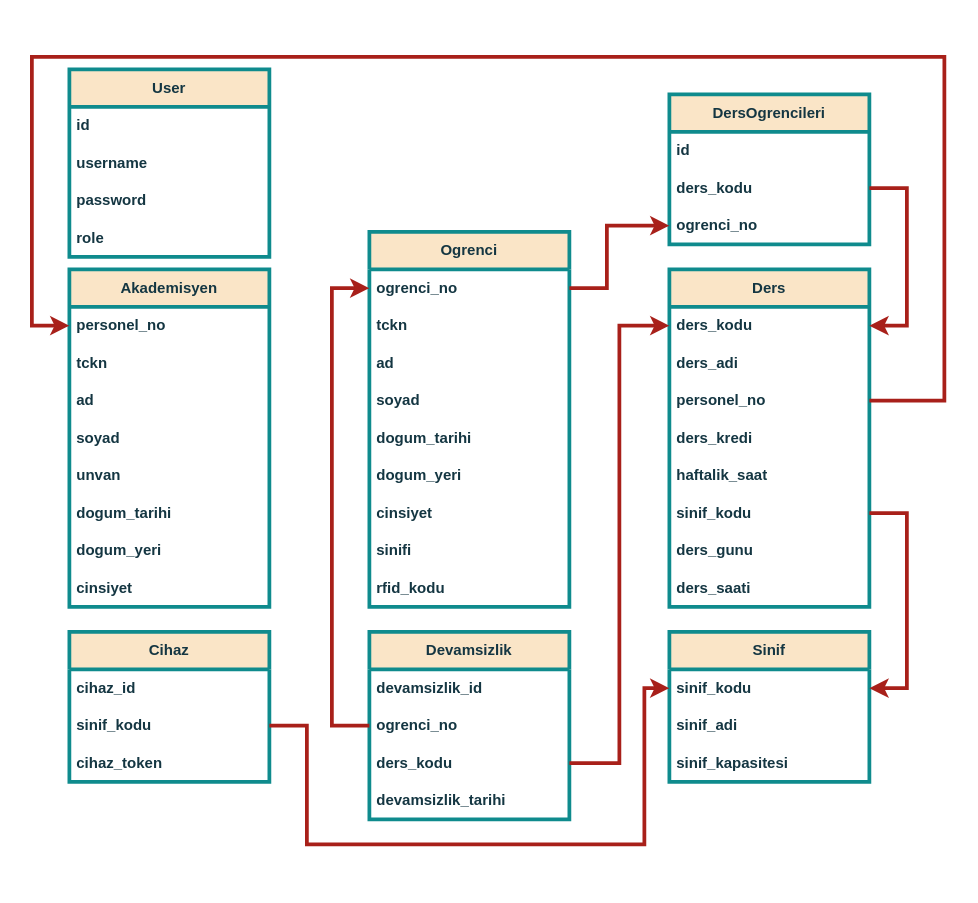
Before: web/yapilanlar/2_veritabanının oluşturulması/4_tasarim/veritabani_v7.drawio in azizcanhamas/iot-web-based-electronic-attendance-system, a draw.io diagram. Source tidied: cells renumbered, new cells numbered last; positions are measured from the earlier drawing's top-left corner, leaving out a move shared by most shapes. Both pictures are drawn from the tidied source at 125%, with x=0, y=0 at pixel (31, 56).
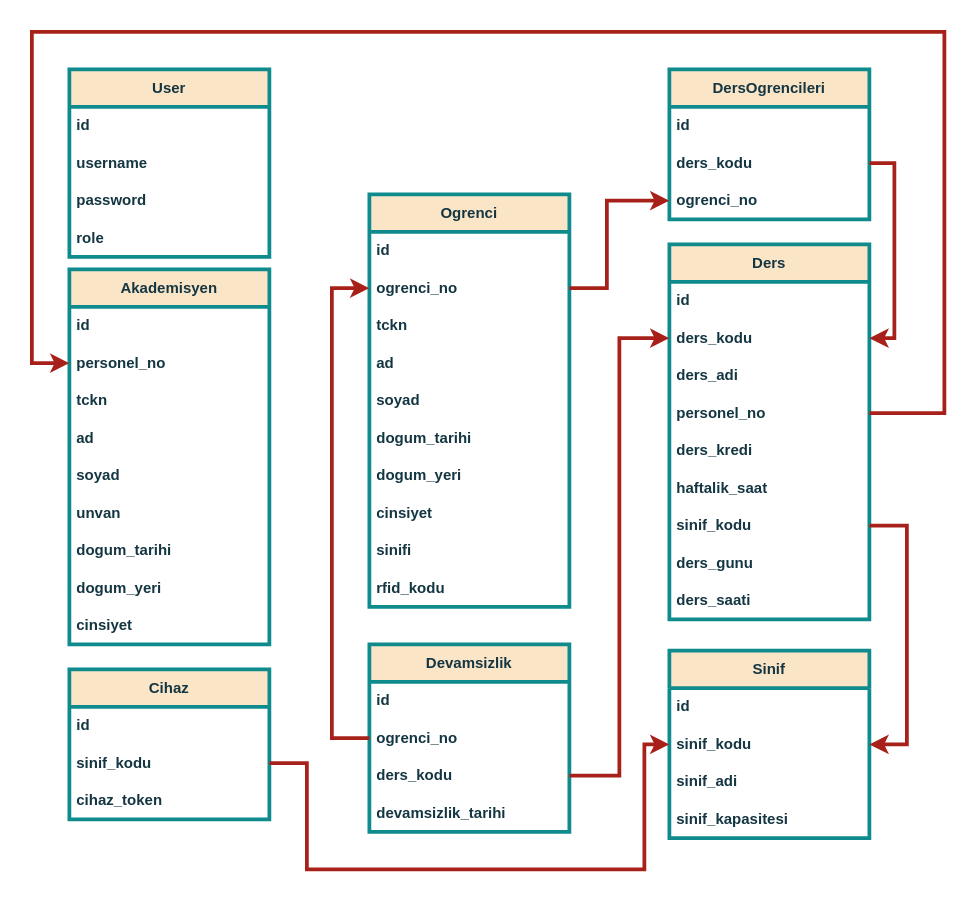
Above is the later version.

Unchanged cells that the change refers to:
```xml
<mxCell id="32" value="ogrenci_no" style="text;strokeColor=none;fillColor=none;align=left;verticalAlign=middle;spacingLeft=4;spacingRight=4;overflow=hidden;points=[[0,0.5],[1,0.5]];portConstraint=eastwest;whiteSpace=wrap;html=1;fontStyle=1;rounded=0;labelBackgroundColor=none;fontColor=#143642;strokeWidth=3;" parent="30" vertex="1">
  <mxGeometry y="60" width="160" height="30" as="geometry" />
</mxCell>
<mxCell id="33" value="ders_kodu" style="text;strokeColor=none;fillColor=none;align=left;verticalAlign=middle;spacingLeft=4;spacingRight=4;overflow=hidden;points=[[0,0.5],[1,0.5]];portConstraint=eastwest;whiteSpace=wrap;html=1;fontStyle=1;rounded=0;labelBackgroundColor=none;fontColor=#143642;strokeWidth=3;" parent="30" vertex="1">
  <mxGeometry y="90" width="160" height="30" as="geometry" />
</mxCell>
<mxCell id="41" value="sinif_kodu" style="text;strokeColor=none;fillColor=none;align=left;verticalAlign=middle;spacingLeft=4;spacingRight=4;overflow=hidden;points=[[0,0.5],[1,0.5]];portConstraint=eastwest;whiteSpace=wrap;html=1;fontStyle=1;rounded=0;labelBackgroundColor=none;fontColor=#143642;strokeWidth=3;" parent="39" vertex="1">
  <mxGeometry y="60" width="160" height="30" as="geometry" />
</mxCell>
<mxCell id="45" value="ders_kodu" style="text;strokeColor=none;fillColor=none;align=left;verticalAlign=middle;spacingLeft=4;spacingRight=4;overflow=hidden;points=[[0,0.5],[1,0.5]];portConstraint=eastwest;whiteSpace=wrap;html=1;fontStyle=1;rounded=0;labelBackgroundColor=none;fontColor=#143642;strokeWidth=3;" parent="43" vertex="1">
  <mxGeometry y="60" width="160" height="30" as="geometry" />
</mxCell>
<mxCell id="46" value="ogrenci_no" style="text;strokeColor=none;fillColor=none;align=left;verticalAlign=middle;spacingLeft=4;spacingRight=4;overflow=hidden;points=[[0,0.5],[1,0.5]];portConstraint=eastwest;whiteSpace=wrap;html=1;fontStyle=1;rounded=0;labelBackgroundColor=none;fontColor=#143642;strokeWidth=3;" parent="43" vertex="1">
  <mxGeometry y="90" width="160" height="30" as="geometry" />
</mxCell>
```

Diff of the diagram source:
```diff
@@
     <mxCell id="2" value="Akademisyen" style="swimlane;fontStyle=1;horizontal=1;startSize=30;whiteSpace=wrap;html=1;fillColor=#FAE5C7;strokeColor=#0F8B8D;rounded=0;labelBackgroundColor=none;fontColor=#143642;strokeWidth=3;" parent="1" vertex="1">
-      <mxGeometry x="30" y="170" width="160" height="270" as="geometry" />
+      <mxGeometry x="30" y="170" width="160" height="300" as="geometry" />
     </mxCell>
+    <mxCell id="59" value="id" style="text;strokeColor=none;fillColor=none;align=left;verticalAlign=middle;spacingLeft=4;spacingRight=4;overflow=hidden;whiteSpace=wrap;html=1;fontStyle=1;rounded=0;labelBackgroundColor=none;fontColor=#143642;strokeWidth=3;" parent="2" vertex="1">
+      <mxGeometry y="30" width="160" height="30" as="geometry" />
+    </mxCell>
     <mxCell id="3" value="personel_no" style="text;strokeColor=none;fillColor=none;align=left;verticalAlign=middle;spacingLeft=4;spacingRight=4;overflow=hidden;points=[[0,0.5],[1,0.5]];portConstraint=eastwest;whiteSpace=wrap;html=1;fontStyle=1;rounded=0;labelBackgroundColor=none;fontColor=#143642;strokeWidth=3;" parent="2" vertex="1">
-      <mxGeometry y="30" width="160" height="30" as="geometry" />
+      <mxGeometry y="60" width="160" height="30" as="geometry" />
     </mxCell>
     <mxCell id="4" value="tckn" style="text;strokeColor=none;fillColor=none;align=left;verticalAlign=middle;spacingLeft=4;spacingRight=4;overflow=hidden;whiteSpace=wrap;html=1;fontStyle=1;rounded=0;labelBackgroundColor=none;fontColor=#143642;strokeWidth=3;" parent="2" vertex="1">
-      <mxGeometry y="60" width="160" height="30" as="geometry" />
+      <mxGeometry y="90" width="160" height="30" as="geometry" />
     </mxCell>
     <mxCell id="5" value="ad" style="text;strokeColor=none;fillColor=none;align=left;verticalAlign=middle;spacingLeft=4;spacingRight=4;overflow=hidden;whiteSpace=wrap;html=1;fontStyle=1;rounded=0;labelBackgroundColor=none;fontColor=#143642;strokeWidth=3;" parent="2" vertex="1">
-      <mxGeometry y="90" width="160" height="30" as="geometry" />
+      <mxGeometry y="120" width="160" height="30" as="geometry" />
     </mxCell>
     <mxCell id="6" value="soyad" style="text;strokeColor=none;fillColor=none;align=left;verticalAlign=middle;spacingLeft=4;spacingRight=4;overflow=hidden;whiteSpace=wrap;html=1;fontStyle=1;rounded=0;labelBackgroundColor=none;fontColor=#143642;strokeWidth=3;" parent="2" vertex="1">
-      <mxGeometry y="120" width="160" height="30" as="geometry" />
+      <mxGeometry y="150" width="160" height="30" as="geometry" />
     </mxCell>
     <mxCell id="7" value="unvan" style="text;strokeColor=none;fillColor=none;align=left;verticalAlign=middle;spacingLeft=4;spacingRight=4;overflow=hidden;whiteSpace=wrap;html=1;fontStyle=1;rounded=0;labelBackgroundColor=none;fontColor=#143642;strokeWidth=3;" parent="2" vertex="1">
-      <mxGeometry y="150" width="160" height="30" as="geometry" />
+      <mxGeometry y="180" width="160" height="30" as="geometry" />
     </mxCell>
     <mxCell id="8" value="dogum_tarihi" style="text;strokeColor=none;fillColor=none;align=left;verticalAlign=middle;spacingLeft=4;spacingRight=4;overflow=hidden;whiteSpace=wrap;html=1;fontStyle=1;rounded=0;labelBackgroundColor=none;fontColor=#143642;strokeWidth=3;" parent="2" vertex="1">
-      <mxGeometry y="180" width="160" height="30" as="geometry" />
+      <mxGeometry y="210" width="160" height="30" as="geometry" />
     </mxCell>
     <mxCell id="9" value="dogum_yeri" style="text;strokeColor=none;fillColor=none;align=left;verticalAlign=middle;spacingLeft=4;spacingRight=4;overflow=hidden;whiteSpace=wrap;html=1;fontStyle=1;rounded=0;labelBackgroundColor=none;fontColor=#143642;strokeWidth=3;" parent="2" vertex="1">
-      <mxGeometry y="210" width="160" height="30" as="geometry" />
+      <mxGeometry y="240" width="160" height="30" as="geometry" />
     </mxCell>
     <mxCell id="10" value="cinsiyet" style="text;strokeColor=none;fillColor=none;align=left;verticalAlign=middle;spacingLeft=4;spacingRight=4;overflow=hidden;whiteSpace=wrap;html=1;fontStyle=1;rounded=0;labelBackgroundColor=none;fontColor=#143642;strokeWidth=3;" parent="2" vertex="1">
-      <mxGeometry y="240" width="160" height="30" as="geometry" />
+      <mxGeometry y="270" width="160" height="30" as="geometry" />
     </mxCell>
     <mxCell id="11" value="Ogrenci" style="swimlane;fontStyle=1;horizontal=1;startSize=30;whiteSpace=wrap;html=1;fillColor=#FAE5C7;strokeColor=#0F8B8D;rounded=0;labelBackgroundColor=none;fontColor=#143642;strokeWidth=3;" parent="1" vertex="1">
-      <mxGeometry x="270" y="140" width="160" height="300" as="geometry" />
+      <mxGeometry x="270" y="110" width="160" height="330" as="geometry" />
     </mxCell>
+    <mxCell id="60" value="id" style="text;strokeColor=none;fillColor=none;align=left;verticalAlign=middle;spacingLeft=4;spacingRight=4;overflow=hidden;whiteSpace=wrap;html=1;fontStyle=1;rounded=0;labelBackgroundColor=none;fontColor=#143642;strokeWidth=3;" parent="11" vertex="1">
+      <mxGeometry y="30" width="160" height="30" as="geometry" />
+    </mxCell>
     <mxCell id="12" value="ogrenci_no" style="text;strokeColor=none;fillColor=none;align=left;verticalAlign=middle;spacingLeft=4;spacingRight=4;overflow=hidden;points=[[0,0.5],[1,0.5]];portConstraint=eastwest;whiteSpace=wrap;html=1;fontStyle=1;rounded=0;labelBackgroundColor=none;fontColor=#143642;strokeWidth=3;" parent="11" vertex="1">
-      <mxGeometry y="30" width="160" height="30" as="geometry" />
+      <mxGeometry y="60" width="160" height="30" as="geometry" />
     </mxCell>
     <mxCell id="13" value="tckn" style="text;strokeColor=none;fillColor=none;align=left;verticalAlign=middle;spacingLeft=4;spacingRight=4;overflow=hidden;whiteSpace=wrap;html=1;fontStyle=1;rounded=0;labelBackgroundColor=none;fontColor=#143642;strokeWidth=3;" parent="11" vertex="1">
-      <mxGeometry y="60" width="160" height="30" as="geometry" />
+      <mxGeometry y="90" width="160" height="30" as="geometry" />
     </mxCell>
     <mxCell id="14" value="ad" style="text;strokeColor=none;fillColor=none;align=left;verticalAlign=middle;spacingLeft=4;spacingRight=4;overflow=hidden;whiteSpace=wrap;html=1;fontStyle=1;rounded=0;labelBackgroundColor=none;fontColor=#143642;strokeWidth=3;" parent="11" vertex="1">
-      <mxGeometry y="90" width="160" height="30" as="geometry" />
+      <mxGeometry y="120" width="160" height="30" as="geometry" />
     </mxCell>
     <mxCell id="15" value="soyad" style="text;strokeColor=none;fillColor=none;align=left;verticalAlign=middle;spacingLeft=4;spacingRight=4;overflow=hidden;whiteSpace=wrap;html=1;fontStyle=1;rounded=0;labelBackgroundColor=none;fontColor=#143642;strokeWidth=3;" parent="11" vertex="1">
-      <mxGeometry y="120" width="160" height="30" as="geometry" />
+      <mxGeometry y="150" width="160" height="30" as="geometry" />
     </mxCell>
     <mxCell id="16" value="dogum_tarihi" style="text;strokeColor=none;fillColor=none;align=left;verticalAlign=middle;spacingLeft=4;spacingRight=4;overflow=hidden;whiteSpace=wrap;html=1;fontStyle=1;rounded=0;labelBackgroundColor=none;fontColor=#143642;strokeWidth=3;" parent="11" vertex="1">
-      <mxGeometry y="150" width="160" height="30" as="geometry" />
+      <mxGeometry y="180" width="160" height="30" as="geometry" />
     </mxCell>
     <mxCell id="17" value="dogum_yeri" style="text;strokeColor=none;fillColor=none;align=left;verticalAlign=middle;spacingLeft=4;spacingRight=4;overflow=hidden;whiteSpace=wrap;html=1;fontStyle=1;rounded=0;labelBackgroundColor=none;fontColor=#143642;strokeWidth=3;" parent="11" vertex="1">
-      <mxGeometry y="180" width="160" height="30" as="geometry" />
+      <mxGeometry y="210" width="160" height="30" as="geometry" />
     </mxCell>
     <mxCell id="18" value="cinsiyet" style="text;strokeColor=none;fillColor=none;align=left;verticalAlign=middle;spacingLeft=4;spacingRight=4;overflow=hidden;whiteSpace=wrap;html=1;fontStyle=1;rounded=0;labelBackgroundColor=none;fontColor=#143642;strokeWidth=3;" parent="11" vertex="1">
-      <mxGeometry y="210" width="160" height="30" as="geometry" />
+      <mxGeometry y="240" width="160" height="30" as="geometry" />
     </mxCell>
     <mxCell id="19" value="sinifi" style="text;strokeColor=none;fillColor=none;align=left;verticalAlign=middle;spacingLeft=4;spacingRight=4;overflow=hidden;whiteSpace=wrap;html=1;fontStyle=1;rounded=0;labelBackgroundColor=none;fontColor=#143642;strokeWidth=3;" parent="11" vertex="1">
-      <mxGeometry y="240" width="160" height="30" as="geometry" />
+      <mxGeometry y="270" width="160" height="30" as="geometry" />
     </mxCell>
     <mxCell id="20" value="rfid_kodu" style="text;strokeColor=none;fillColor=none;align=left;verticalAlign=middle;spacingLeft=4;spacingRight=4;overflow=hidden;whiteSpace=wrap;html=1;fontStyle=1;rounded=0;labelBackgroundColor=none;fontColor=#143642;strokeWidth=3;" parent="11" vertex="1">
-      <mxGeometry y="270" width="160" height="30" as="geometry" />
+      <mxGeometry y="300" width="160" height="30" as="geometry" />
     </mxCell>
     <mxCell id="21" value="Ders" style="swimlane;fontStyle=1;horizontal=1;startSize=30;whiteSpace=wrap;html=1;fillColor=#FAE5C7;strokeColor=#0F8B8D;rounded=0;labelBackgroundColor=none;fontColor=#143642;strokeWidth=3;" parent="1" vertex="1">
-      <mxGeometry x="510" y="170" width="160" height="270" as="geometry" />
+      <mxGeometry x="510" y="150" width="160" height="300" as="geometry" />
     </mxCell>
+    <mxCell id="61" value="id" style="text;strokeColor=none;fillColor=none;align=left;verticalAlign=middle;spacingLeft=4;spacingRight=4;overflow=hidden;whiteSpace=wrap;html=1;fontStyle=1;rounded=0;labelBackgroundColor=none;fontColor=#143642;strokeWidth=3;" parent="21" vertex="1">
+      <mxGeometry y="30" width="160" height="30" as="geometry" />
+    </mxCell>
     <mxCell id="22" value="ders_kodu" style="text;strokeColor=none;fillColor=none;align=left;verticalAlign=middle;spacingLeft=4;spacingRight=4;overflow=hidden;points=[[0,0.5],[1,0.5]];portConstraint=eastwest;whiteSpace=wrap;html=1;fontStyle=1;rounded=0;labelBackgroundColor=none;fontColor=#143642;strokeWidth=3;" parent="21" vertex="1">
-      <mxGeometry y="30" width="160" height="30" as="geometry" />
+      <mxGeometry y="60" width="160" height="30" as="geometry" />
     </mxCell>
     <mxCell id="23" value="ders_adi" style="text;strokeColor=none;fillColor=none;align=left;verticalAlign=middle;spacingLeft=4;spacingRight=4;overflow=hidden;whiteSpace=wrap;html=1;fontStyle=1;rounded=0;labelBackgroundColor=none;fontColor=#143642;strokeWidth=3;" parent="21" vertex="1">
-      <mxGeometry y="60" width="160" height="30" as="geometry" />
+      <mxGeometry y="90" width="160" height="30" as="geometry" />
     </mxCell>
     <mxCell id="24" value="personel_no" style="text;strokeColor=none;fillColor=none;align=left;verticalAlign=middle;spacingLeft=4;spacingRight=4;overflow=hidden;points=[[0,0.5],[1,0.5]];portConstraint=eastwest;whiteSpace=wrap;html=1;fontStyle=1;rounded=0;labelBackgroundColor=none;fontColor=#143642;strokeWidth=3;" parent="21" vertex="1">
-      <mxGeometry y="90" width="160" height="30" as="geometry" />
+      <mxGeometry y="120" width="160" height="30" as="geometry" />
     </mxCell>
     <mxCell id="25" value="ders_kredi" style="text;strokeColor=none;fillColor=none;align=left;verticalAlign=middle;spacingLeft=4;spacingRight=4;overflow=hidden;whiteSpace=wrap;html=1;fontStyle=1;rounded=0;labelBackgroundColor=none;fontColor=#143642;strokeWidth=3;" parent="21" vertex="1">
-      <mxGeometry y="120" width="160" height="30" as="geometry" />
+      <mxGeometry y="150" width="160" height="30" as="geometry" />
     </mxCell>
     <mxCell id="26" value="haftalik_saat" style="text;strokeColor=none;fillColor=none;align=left;verticalAlign=middle;spacingLeft=4;spacingRight=4;overflow=hidden;whiteSpace=wrap;html=1;fontStyle=1;rounded=0;labelBackgroundColor=none;fontColor=#143642;strokeWidth=3;" parent="21" vertex="1">
-      <mxGeometry y="150" width="160" height="30" as="geometry" />
+      <mxGeometry y="180" width="160" height="30" as="geometry" />
     </mxCell>
     <mxCell id="27" value="sinif_kodu" style="text;strokeColor=none;fillColor=none;align=left;verticalAlign=middle;spacingLeft=4;spacingRight=4;overflow=hidden;points=[[0,0.5],[1,0.5]];portConstraint=eastwest;whiteSpace=wrap;html=1;fontStyle=1;rounded=0;labelBackgroundColor=none;fontColor=#143642;strokeWidth=3;" parent="21" vertex="1">
-      <mxGeometry y="180" width="160" height="30" as="geometry" />
+      <mxGeometry y="210" width="160" height="30" as="geometry" />
     </mxCell>
     <mxCell id="28" value="ders_gunu" style="text;strokeColor=none;fillColor=none;align=left;verticalAlign=middle;spacingLeft=4;spacingRight=4;overflow=hidden;whiteSpace=wrap;html=1;fontStyle=1;rounded=0;labelBackgroundColor=none;fontColor=#143642;strokeWidth=3;" parent="21" vertex="1">
-      <mxGeometry y="210" width="160" height="30" as="geometry" />
+      <mxGeometry y="240" width="160" height="30" as="geometry" />
     </mxCell>
     <mxCell id="29" value="ders_saati" style="text;strokeColor=none;fillColor=none;align=left;verticalAlign=middle;spacingLeft=4;spacingRight=4;overflow=hidden;whiteSpace=wrap;html=1;fontStyle=1;rounded=0;labelBackgroundColor=none;fontColor=#143642;strokeWidth=3;" parent="21" vertex="1">
-      <mxGeometry y="240" width="160" height="30" as="geometry" />
+      <mxGeometry y="270" width="160" height="30" as="geometry" />
     </mxCell>
     <mxCell id="30" value="Devamsizlik" style="swimlane;fontStyle=1;horizontal=1;startSize=30;whiteSpace=wrap;html=1;fillColor=#FAE5C7;fontColor=#143642;strokeColor=#0F8B8D;rounded=0;labelBackgroundColor=none;strokeWidth=3;" parent="1" vertex="1">
-      <mxGeometry x="270" y="460" width="160" height="150" as="geometry" />
+      <mxGeometry x="270" y="470" width="160" height="150" as="geometry" />
     </mxCell>
-    <mxCell id="31" value="devamsizlik_id" style="text;strokeColor=none;fillColor=none;align=left;verticalAlign=middle;spacingLeft=4;spacingRight=4;overflow=hidden;whiteSpace=wrap;html=1;fontStyle=1;rounded=0;labelBackgroundColor=none;fontColor=#143642;strokeWidth=3;" parent="30" vertex="1">
+    <mxCell id="31" value="id" style="text;strokeColor=none;fillColor=none;align=left;verticalAlign=middle;spacingLeft=4;spacingRight=4;overflow=hidden;whiteSpace=wrap;html=1;fontStyle=1;rounded=0;labelBackgroundColor=none;fontColor=#143642;strokeWidth=3;" parent="30" vertex="1">
       <mxGeometry y="30" width="160" height="30" as="geometry" />
     </mxCell>
@@
     <mxCell id="35" value="Sinif" style="swimlane;fontStyle=1;horizontal=1;startSize=30;whiteSpace=wrap;html=1;fillColor=#FAE5C7;strokeColor=#0F8B8D;rounded=0;labelBackgroundColor=none;fontColor=#143642;strokeWidth=3;" parent="1" vertex="1">
-      <mxGeometry x="510" y="460" width="160" height="120" as="geometry" />
+      <mxGeometry x="510" y="475" width="160" height="150" as="geometry" />
     </mxCell>
+    <mxCell id="62" value="id" style="text;strokeColor=none;fillColor=none;align=left;verticalAlign=middle;spacingLeft=4;spacingRight=4;overflow=hidden;whiteSpace=wrap;html=1;fontStyle=1;rounded=0;labelBackgroundColor=none;fontColor=#143642;strokeWidth=3;" parent="35" vertex="1">
+      <mxGeometry y="30" width="160" height="30" as="geometry" />
+    </mxCell>
     <mxCell id="36" value="sinif_kodu" style="text;align=left;verticalAlign=middle;spacingLeft=4;spacingRight=4;overflow=hidden;points=[[0,0.5],[1,0.5]];portConstraint=eastwest;whiteSpace=wrap;html=1;fontStyle=1;rounded=0;labelBackgroundColor=none;fontColor=#143642;strokeWidth=3;" parent="35" vertex="1">
-      <mxGeometry y="30" width="160" height="30" as="geometry" />
+      <mxGeometry y="60" width="160" height="30" as="geometry" />
     </mxCell>
     <mxCell id="37" value="sinif_adi" style="text;strokeColor=none;fillColor=none;align=left;verticalAlign=middle;spacingLeft=4;spacingRight=4;overflow=hidden;whiteSpace=wrap;html=1;fontStyle=1;rounded=0;labelBackgroundColor=none;fontColor=#143642;strokeWidth=3;" parent="35" vertex="1">
-      <mxGeometry y="60" width="160" height="30" as="geometry" />
+      <mxGeometry y="90" width="160" height="30" as="geometry" />
     </mxCell>
     <mxCell id="38" value="sinif_kapasitesi" style="text;strokeColor=none;fillColor=none;align=left;verticalAlign=middle;spacingLeft=4;spacingRight=4;overflow=hidden;whiteSpace=wrap;html=1;fontStyle=1;rounded=0;labelBackgroundColor=none;fontColor=#143642;strokeWidth=3;" parent="35" vertex="1">
-      <mxGeometry y="90" width="160" height="30" as="geometry" />
+      <mxGeometry y="120" width="160" height="30" as="geometry" />
     </mxCell>
     <mxCell id="39" value="Cihaz" style="swimlane;fontStyle=1;horizontal=1;startSize=30;whiteSpace=wrap;html=1;fillColor=#FAE5C7;strokeColor=#0F8B8D;rounded=0;labelBackgroundColor=none;fontColor=#143642;strokeWidth=3;" parent="1" vertex="1">
-      <mxGeometry x="30" y="460" width="160" height="120" as="geometry" />
+      <mxGeometry x="30" y="490" width="160" height="120" as="geometry" />
     </mxCell>
-    <mxCell id="40" value="cihaz_id" style="text;strokeColor=none;fillColor=none;align=left;verticalAlign=middle;spacingLeft=4;spacingRight=4;overflow=hidden;whiteSpace=wrap;html=1;fontStyle=1;rounded=0;labelBackgroundColor=none;fontColor=#143642;strokeWidth=3;" parent="39" vertex="1">
+    <mxCell id="40" value="id" style="text;strokeColor=none;fillColor=none;align=left;verticalAlign=middle;spacingLeft=4;spacingRight=4;overflow=hidden;whiteSpace=wrap;html=1;fontStyle=1;rounded=0;labelBackgroundColor=none;fontColor=#143642;strokeWidth=3;" parent="39" vertex="1">
       <mxGeometry y="30" width="160" height="30" as="geometry" />
     </mxCell>
@@
     <mxCell id="43" value="DersOgrencileri" style="swimlane;fontStyle=1;horizontal=1;startSize=30;whiteSpace=wrap;html=1;fillColor=#FAE5C7;strokeColor=#0F8B8D;rounded=0;labelBackgroundColor=none;fontColor=#143642;strokeWidth=3;" parent="1" vertex="1">
-      <mxGeometry x="510" y="30" width="160" height="120" as="geometry" />
+      <mxGeometry x="510" y="10" width="160" height="120" as="geometry" />
     </mxCell>
@@
     <mxCell id="47" style="edgeStyle=orthogonalEdgeStyle;rounded=0;jettySize=auto;html=1;entryX=0;entryY=0.5;entryDx=0;entryDy=0;fontStyle=1;labelBackgroundColor=none;strokeColor=#A8201A;fontColor=default;strokeWidth=3;exitX=1;exitY=0.5;exitDx=0;exitDy=0;" parent="1" edge="1" source="41" target="36">
       <mxGeometry relative="1" as="geometry">
         <Array as="points">
-          <mxPoint x="220" y="535" />
-          <mxPoint x="220" y="630" />
-          <mxPoint x="490" y="630" />
-          <mxPoint x="490" y="505" />
+          <mxPoint x="220" y="565" />
+          <mxPoint x="220" y="650" />
+          <mxPoint x="490" y="650" />
+          <mxPoint x="490" y="550" />
         </Array>
       </mxGeometry>
     </mxCell>
     <mxCell id="48" style="edgeStyle=orthogonalEdgeStyle;rounded=0;jettySize=auto;html=1;exitX=1;exitY=0.5;exitDx=0;exitDy=0;entryX=0;entryY=0.5;entryDx=0;entryDy=0;fontStyle=1;labelBackgroundColor=none;strokeColor=#A8201A;fontColor=default;strokeWidth=3;" parent="1" edge="1" source="33" target="22">
       <mxGeometry relative="1" as="geometry">
         <Array as="points">
-          <mxPoint x="470" y="565" />
-          <mxPoint x="470" y="215" />
+          <mxPoint x="470" y="575" />
+          <mxPoint x="470" y="225" />
         </Array>
       </mxGeometry>
     </mxCell>
     <mxCell id="49" style="edgeStyle=orthogonalEdgeStyle;rounded=0;jettySize=auto;html=1;exitX=1;exitY=0.5;exitDx=0;exitDy=0;entryX=1;entryY=0.5;entryDx=0;entryDy=0;fontStyle=1;labelBackgroundColor=none;strokeColor=#A8201A;fontColor=default;strokeWidth=3;" parent="1" edge="1" source="27" target="36">
       <mxGeometry relative="1" as="geometry">
         <Array as="points">
-          <mxPoint x="700" y="365" />
-          <mxPoint x="700" y="505" />
+          <mxPoint x="700" y="375" />
+          <mxPoint x="700" y="550" />
         </Array>
       </mxGeometry>
     </mxCell>
     <mxCell id="50" style="edgeStyle=orthogonalEdgeStyle;rounded=0;jettySize=auto;html=1;exitX=1;exitY=0.5;exitDx=0;exitDy=0;entryX=1;entryY=0.5;entryDx=0;entryDy=0;fontStyle=1;labelBackgroundColor=none;strokeColor=#A8201A;fontColor=default;strokeWidth=3;" parent="1" edge="1" source="45" target="22">
       <mxGeometry relative="1" as="geometry">
         <Array as="points">
-          <mxPoint x="700" y="105" />
-          <mxPoint x="700" y="215" />
+          <mxPoint x="690" y="85" />
+          <mxPoint x="690" y="225" />
         </Array>
       </mxGeometry>
     </mxCell>
     <mxCell id="51" style="edgeStyle=orthogonalEdgeStyle;rounded=0;jettySize=auto;html=1;exitX=1;exitY=0.5;exitDx=0;exitDy=0;entryX=0;entryY=0.5;entryDx=0;entryDy=0;fontStyle=1;labelBackgroundColor=none;strokeColor=#A8201A;fontColor=default;strokeWidth=3;" parent="1" edge="1" source="24" target="3">
       <mxGeometry relative="1" as="geometry">
         <Array as="points">
-          <mxPoint x="730" y="275" />
-          <mxPoint x="730" />
-          <mxPoint />
-          <mxPoint y="215" />
+          <mxPoint x="730" y="285" />
+          <mxPoint x="730" y="-20" />
+          <mxPoint y="-20" />
+          <mxPoint y="245" />
         </Array>
       </mxGeometry>
     </mxCell>
     <mxCell id="52" style="edgeStyle=orthogonalEdgeStyle;rounded=0;jettySize=auto;html=1;exitX=0;exitY=0.5;exitDx=0;exitDy=0;entryX=0;entryY=0.5;entryDx=0;entryDy=0;labelBackgroundColor=none;strokeColor=#A8201A;fontColor=default;strokeWidth=3;" parent="1" edge="1" source="32" target="12">
       <mxGeometry relative="1" as="geometry">
         <Array as="points">
-          <mxPoint x="240" y="535" />
+          <mxPoint x="240" y="545" />
           <mxPoint x="240" y="185" />
         </Array>
       </mxGeometry>
     </mxCell>
     <mxCell id="53" style="edgeStyle=orthogonalEdgeStyle;rounded=0;jettySize=auto;html=1;exitX=1;exitY=0.5;exitDx=0;exitDy=0;entryX=0;entryY=0.5;entryDx=0;entryDy=0;labelBackgroundColor=none;strokeColor=#A8201A;fontColor=default;strokeWidth=3;" parent="1" edge="1" source="12" target="46">
       <mxGeometry relative="1" as="geometry">
         <Array as="points">
           <mxPoint x="460" y="185" />
-          <mxPoint x="460" y="135" />
+          <mxPoint x="460" y="115" />
         </Array>
       </mxGeometry>
     </mxCell>
```
